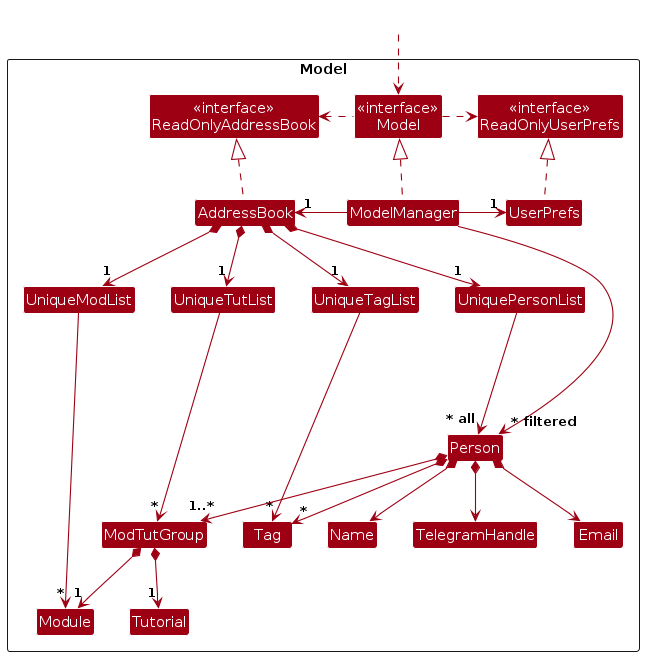
Earlier version of the PlantUML export diagrams/ModelClassDiagram.png (AY2425S2-CS2103T-F10-4/tp). Its source is kept beside it as diagrams/ModelClassDiagram.puml.
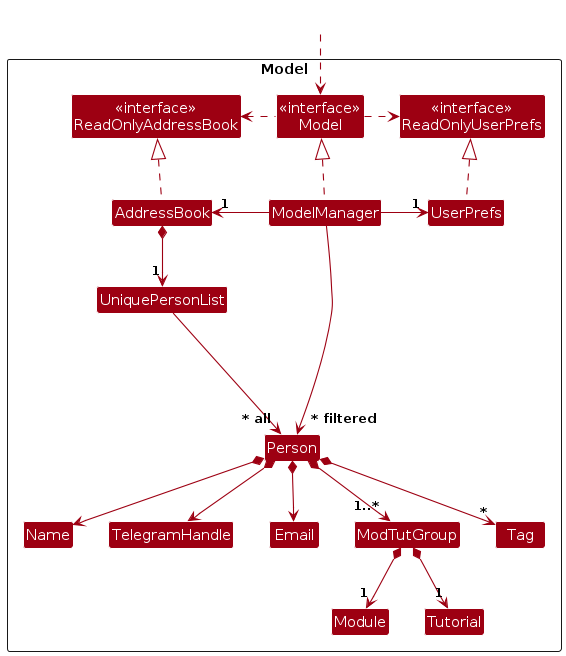
The same diagram one commit later.

Diff of the diagram source:
```diff
@@ -21,9 +21,6 @@
 Class Tag
 Class Module
 Class Tutorial
-Class UniqueTagList
-Class UniqueModList
-Class UniqueTutList
 
 Class I #FFFFFF
 }
@@ -41,12 +38,7 @@
 
 
 AddressBook *--> "1" UniquePersonList
-AddressBook *--> "1" UniqueTagList
-AddressBook *--> "1" UniqueModList
-AddressBook *--> "1" UniqueTutList
 UniquePersonList ---> "~* all" Person
-UniqueTagList --> "*" Tag
-UniqueTutList --> "*" ModTutGroup
 
 Person *--> "*" Tag
 Person *--> "1..*" ModTutGroup
@@ -54,16 +46,11 @@
 Person *--> TelegramHandle
 Person *--> Name
 
-UniqueModList --> "*" Module
 ModTutGroup *--> "1" Module
 ModTutGroup *--> "1" Tutorial
 
-
-UniqueModList -[hidden]right-> UniqueTutList
-UniqueTutList -[hidden]right-> UniqueTagList
-UniqueTagList -[hidden]right-> UniquePersonList
-UniquePersonList -[hidden]right-> UniqueModList
-
+Person -[hidden]up--> I
+UniquePersonList -[hidden]right-> I
 
 ModelManager --> "~* filtered" Person
 @enduml
```
